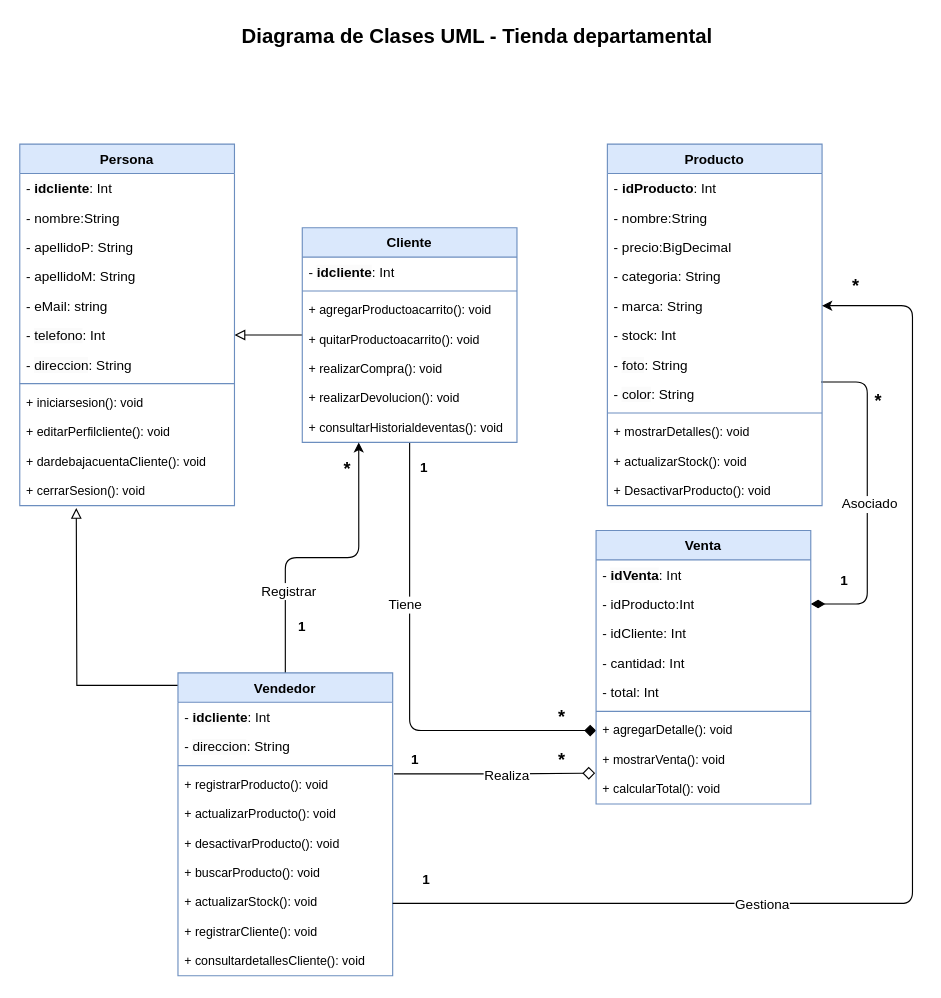
Before: M4 Programaciòn Java-Dagrma de Clases UML Sem3.drawio.xml in Isaicast/RepoPhytonYucMayo1, a draw.io diagram. Source tidied: cells renumbered, new cells numbered last; positions are measured from the earlier drawing's top-left corner, leaving out a move shared by most shapes. Both pictures are drawn from the tidied source at 113%, with x=0, y=0 at pixel (19, 19).
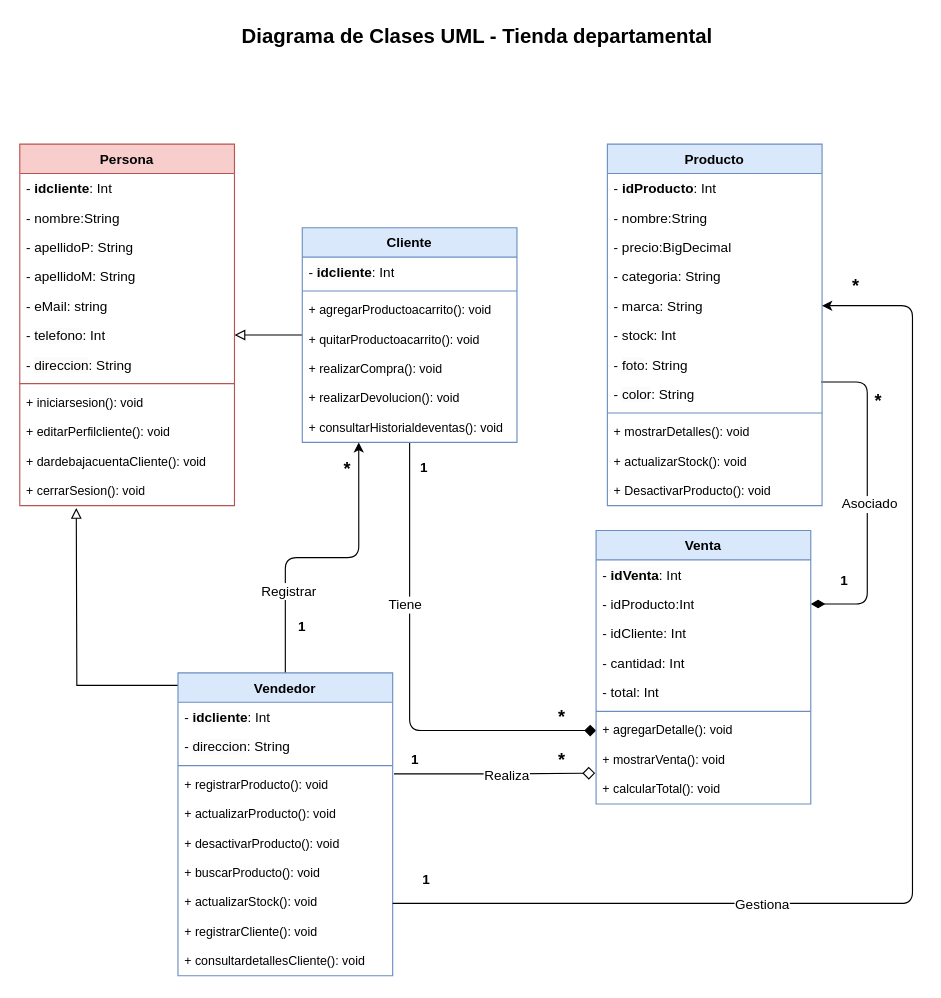
Above is the later version.

Change to the diagram source:
```diff
@@
-    <mxCell id="57" value="Persona" style="swimlane;fontStyle=1;align=center;verticalAlign=top;horizontal=1;startSize=26;whiteSpace=wrap;html=1;fillColor=#dae8fc;strokeColor=#6c8ebf;" parent="1" vertex="1">
+    <mxCell id="57" value="Persona" style="swimlane;fontStyle=1;align=center;verticalAlign=top;horizontal=1;startSize=26;whiteSpace=wrap;html=1;fillColor=#f8cecc;strokeColor=#b85450;" parent="1" vertex="1">
       <mxGeometry y="110" width="190" height="320" as="geometry" />
     </mxCell>
```
